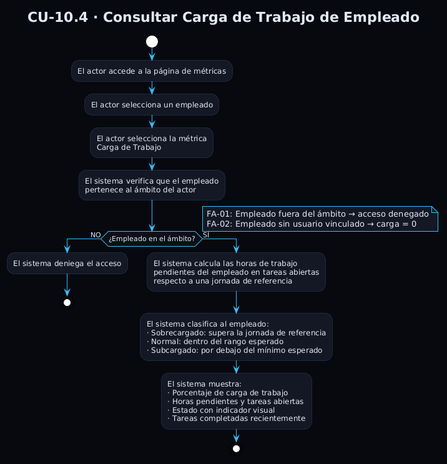
Before: Estudiantes/cesar-garcia-eguiguren/Capítulo-2/imagenes/CdU/metricas/flujoCU10.4.png, a diagram exported from PlantUML (ceesargaarcia/GII-TFG-2026).
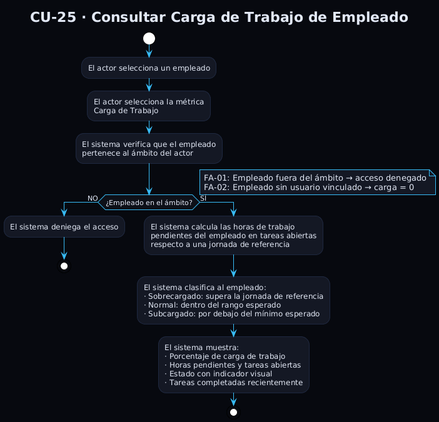
After the commit.

Diff of the diagram source:
```diff
@@ -9,10 +9,9 @@
 skinparam ActivityDiamondBorderColor #38BDF8
 skinparam NoteBackgroundColor #141824
 skinparam NoteBorderColor #38BDF8
-title CU-10.4 · Consultar Carga de Trabajo de Empleado
+title CU-25 · Consultar Carga de Trabajo de Empleado
 
 start
-:El actor accede a la página de métricas;
 :El actor selecciona un empleado;
 :El actor selecciona la métrica
 Carga de Trabajo;
```
